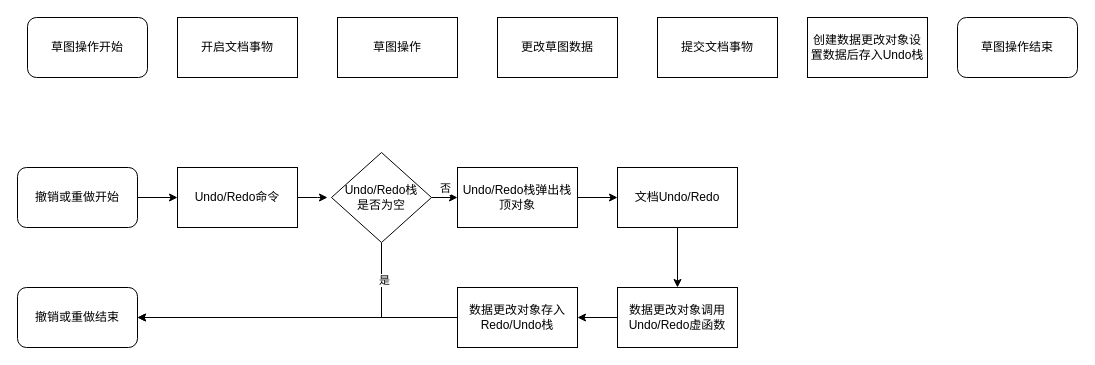
The draw.io diagram 草图撤销/重做流程.drawio in liuhuliuhu123/First-test, before the edit. Source tidied: cells renumbered, new cells numbered last; positions are measured from the earlier drawing's top-left corner, leaving out a move shared by most shapes. Both pictures are drawn from the tidied source at 100%, with x=0, y=0 at pixel (17, 17).
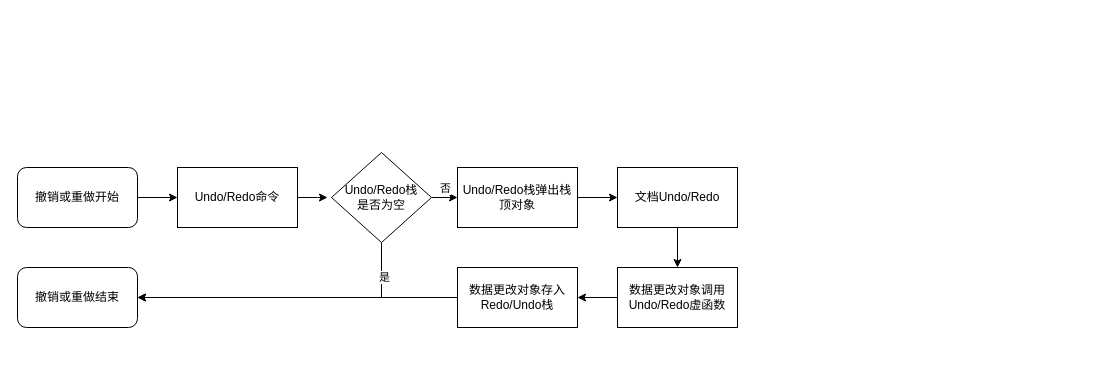
After the change.

Commit message (it also covers changes not shown here):
更新重做流程.drawio

Unchanged cells that the change refers to:
```xml
<mxCell id="17" value="Undo/Redo栈&lt;br&gt;是否为空" style="rhombus;whiteSpace=wrap;html=1;" parent="1" vertex="1">
  <mxGeometry x="314" y="135" width="100" height="90" as="geometry" />
</mxCell>
```

Change to the diagram source:
```diff
@@
-    <mxCell id="2" value="草图操作开始" style="rounded=1;whiteSpace=wrap;html=1;" parent="1" vertex="1">
-      <mxGeometry x="10" width="120" height="60" as="geometry" />
-    </mxCell>
-    <mxCell id="3" value="开启文档事物" style="rounded=0;whiteSpace=wrap;html=1;" parent="1" vertex="1">
-      <mxGeometry x="160" width="120" height="60" as="geometry" />
-    </mxCell>
-    <mxCell id="4" value="草图操作" style="rounded=0;whiteSpace=wrap;html=1;" parent="1" vertex="1">
-      <mxGeometry x="320" width="120" height="60" as="geometry" />
-    </mxCell>
-    <mxCell id="5" value="更改草图数据" style="rounded=0;whiteSpace=wrap;html=1;" parent="1" vertex="1">
-      <mxGeometry x="480" width="120" height="60" as="geometry" />
-    </mxCell>
-    <mxCell id="6" value="提交文档事物" style="rounded=0;whiteSpace=wrap;html=1;" parent="1" vertex="1">
-      <mxGeometry x="640" width="120" height="60" as="geometry" />
-    </mxCell>
-    <mxCell id="7" value="创建数据更改对象设置数据后存入Undo栈" style="rounded=0;whiteSpace=wrap;html=1;" parent="1" vertex="1">
-      <mxGeometry x="790" width="120" height="60" as="geometry" />
-    </mxCell>
-    <mxCell id="8" value="草图操作结束" style="rounded=1;whiteSpace=wrap;html=1;" parent="1" vertex="1">
-      <mxGeometry x="940" width="120" height="60" as="geometry" />
-    </mxCell>
@@
     <mxCell id="15" style="edgeStyle=orthogonalEdgeStyle;rounded=0;jettySize=auto;html=1;entryX=1;entryY=0.5;entryDx=0;entryDy=0;" parent="1" edge="1" source="17" target="18">
       <mxGeometry relative="1" as="geometry">
         <Array as="points">
-          <mxPoint x="364" y="300" />
+          <mxPoint x="364" y="280" />
         </Array>
       </mxGeometry>
     </mxCell>
@@
     <mxCell id="18" value="撤销或重做结束" style="rounded=1;whiteSpace=wrap;html=1;" parent="1" vertex="1">
-      <mxGeometry y="270" width="120" height="60" as="geometry" />
+      <mxGeometry y="250" width="120" height="60" as="geometry" />
     </mxCell>
@@
     <mxCell id="24" value="数据更改对象调用Undo/Redo虚函数" style="rounded=0;whiteSpace=wrap;html=1;" parent="1" vertex="1">
-      <mxGeometry x="600" y="270" width="120" height="60" as="geometry" />
+      <mxGeometry x="600" y="250" width="120" height="60" as="geometry" />
     </mxCell>
@@
     <mxCell id="26" value="数据更改对象存入Redo/Undo栈" style="rounded=0;whiteSpace=wrap;html=1;" parent="1" vertex="1">
-      <mxGeometry x="440" y="270" width="120" height="60" as="geometry" />
+      <mxGeometry x="440" y="250" width="120" height="60" as="geometry" />
     </mxCell>
```
